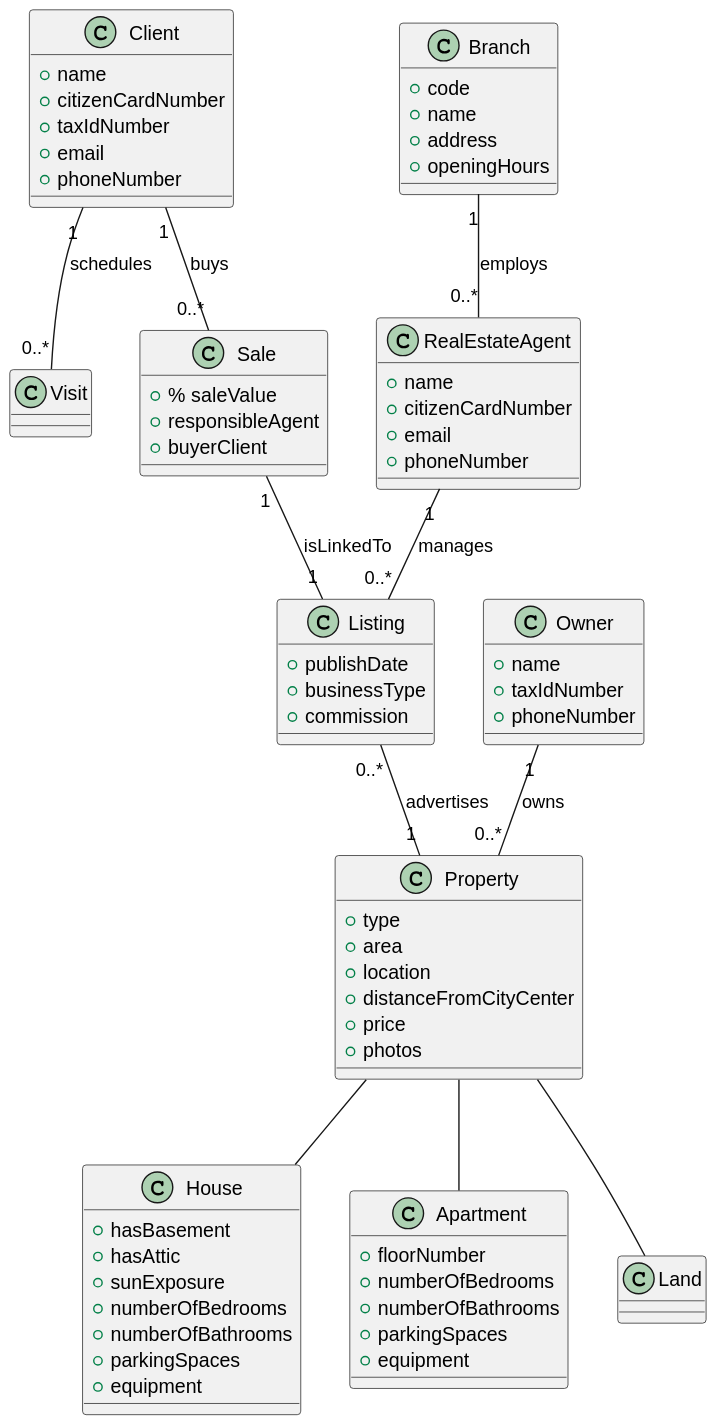
Earlier version of the PlantUML export docs/Sprint3/Global_Artifacts/DM.svg (goncalomaia18/leti-esoft-24-25-A2). Its diagram source:
```plantuml
@startuml
class Client {
  +name
  +citizenCardNumber
  +taxIdNumber
  +email
  +phoneNumber
}

class Property {
  +type
  +area
  +location
  +distanceFromCityCenter
  +price
  +photos
}

class House {
  +hasBasement
  +hasAttic
  +sunExposure
  +numberOfBedrooms
  +numberOfBathrooms
  +parkingSpaces
  +equipment
}

class Apartment {
  +floorNumber
  +numberOfBedrooms
  +numberOfBathrooms
  +parkingSpaces
  +equipment
}

class Land {
}

class Owner {
  +name
  +taxIdNumber
  +phoneNumber
}

class RealEstateAgent {
  +name
  +citizenCardNumber
  +email
  +phoneNumber
}

class Listing {
  +publishDate
  +businessType
  +commission
}

class Visit {
}

class Branch {
  +code
  +name
  +address
  +openingHours
}

class Sale {
  +% saleValue
  +responsibleAgent
  +buyerClient
}

Client "1" -- "0..*" Visit : schedules
Owner "1" -- "0..*" Property : owns
Property -- House
Property -- Apartment
Property -- Land
RealEstateAgent "1" -- "0..*" Listing : manages
Listing "0..*" -- "1" Property : advertises
Branch "1" -- "0..*" RealEstateAgent : employs
Client "1" -- "0..*" Sale : buys
Sale "1" -- "1" Listing : isLinkedTo
@enduml
```
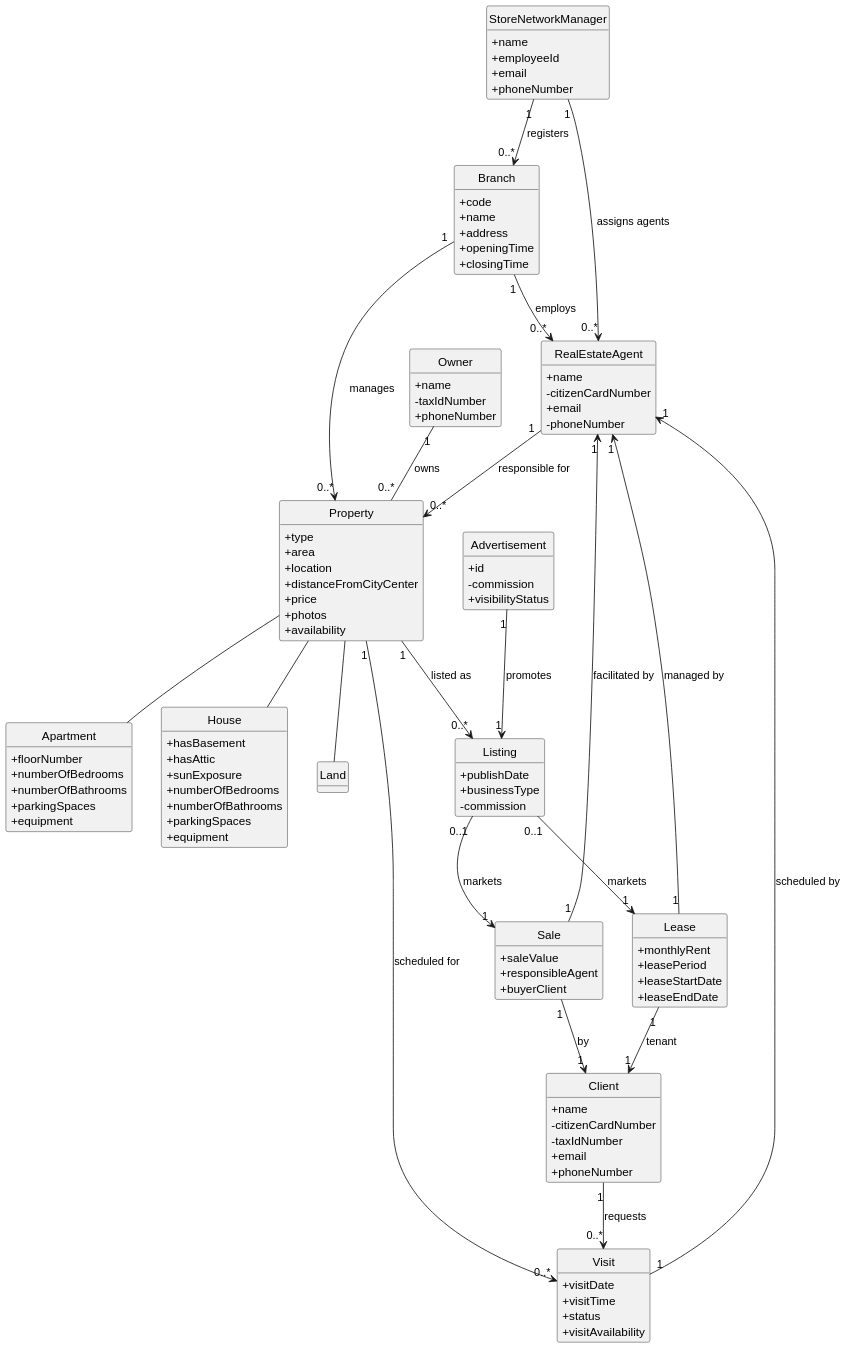
After the change.

Change to the diagram source:
```diff
@@ -1,85 +1,133 @@
 @startuml
-class Client {
-  +name
-  +citizenCardNumber
-  +taxIdNumber
-  +email
-  +phoneNumber
+skinparam classAttributeIconSize 0
+hide circle
+hide methods
+
+class StoreNetworkManager {
+    +name
+    +employeeId
+    +email
+    +phoneNumber
+}
+
+class Branch {
+    +code
+    +name
+    +address
+    +openingTime
+    +closingTime
+}
+
+class RealEstateAgent {
+    +name
+    -citizenCardNumber
+    +email
+    -phoneNumber
 }
 
 class Property {
-  +type
-  +area
-  +location
-  +distanceFromCityCenter
-  +price
-  +photos
+    +type
+    +area
+    +location
+    +distanceFromCityCenter
+    +price
+    +photos
+    +availability
+}
+
+class Apartment {
+    +floorNumber
+    +numberOfBedrooms
+    +numberOfBathrooms
+    +parkingSpaces
+    +equipment
 }
 
 class House {
-  +hasBasement
-  +hasAttic
-  +sunExposure
-  +numberOfBedrooms
-  +numberOfBathrooms
-  +parkingSpaces
-  +equipment
+    +hasBasement
+    +hasAttic
+    +sunExposure
+    +numberOfBedrooms
+    +numberOfBathrooms
+    +parkingSpaces
+    +equipment
 }
 
-class Apartment {
-  +floorNumber
-  +numberOfBedrooms
-  +numberOfBathrooms
-  +parkingSpaces
-  +equipment
+class Land {}
+
+class Owner {
+    +name
+    -taxIdNumber
+    +phoneNumber
 }
 
-class Land {
+class Client {
+    +name
+    -citizenCardNumber
+    -taxIdNumber
+    +email
+    +phoneNumber
 }
 
-class Owner {
-  +name
-  +taxIdNumber
-  +phoneNumber
+class Sale {
+    +saleValue
+    +responsibleAgent
+    +buyerClient
 }
 
-class RealEstateAgent {
-  +name
-  +citizenCardNumber
-  +email
-  +phoneNumber
+class Lease {
+    +monthlyRent
+    +leasePeriod
+    +leaseStartDate
+    +leaseEndDate
+}
+
+class Advertisement {
+    +id
+    -commission
+    +visibilityStatus
+}
+
+class Visit {
+    +visitDate
+    +visitTime
+    +status
+    +visitAvailability
 }
 
 class Listing {
-  +publishDate
-  +businessType
-  +commission
+    +publishDate
+    +businessType
+    -commission
 }
 
-class Visit {
-}
+Branch "1" --> "0..*" RealEstateAgent : employs
+Branch "1" --> "0..*" Property : manages
 
-class Branch {
-  +code
-  +name
-  +address
-  +openingHours
-}
 
-class Sale {
-  +% saleValue
-  +responsibleAgent
-  +buyerClient
-}
+RealEstateAgent "1" --> "0..*" Property : responsible for
+Owner "1" -- "0..*" Property : owns
+Property "1" --> "0..*" Visit : scheduled for
+Property "1" --> "0..*" Listing : listed as
 
-Client "1" -- "0..*" Visit : schedules
-Owner "1" -- "0..*" Property : owns
+Listing "0..1" --> "1" Sale : markets
+Listing "0..1" --> "1" Lease : markets
+
+Advertisement "1" --> "1" Listing : promotes
+
+Property -- Apartment
 Property -- House
-Property -- Apartment
 Property -- Land
-RealEstateAgent "1" -- "0..*" Listing : manages
-Listing "0..*" -- "1" Property : advertises
-Branch "1" -- "0..*" RealEstateAgent : employs
-Client "1" -- "0..*" Sale : buys
-Sale "1" -- "1" Listing : isLinkedTo
+
+Sale "1" --> "1" Client : by
+Sale "1" --> "1" RealEstateAgent : facilitated by
+
+Lease "1" --> "1" Client : tenant
+Lease "1" --> "1" RealEstateAgent : managed by
+
+Client "1" --> "0..*" Visit : requests
+Visit "1" --> "1" RealEstateAgent : scheduled by
+
+StoreNetworkManager "1" --> "0..*" Branch : registers
+StoreNetworkManager "1" --> "0..*" RealEstateAgent : assigns agents
 @enduml
```
